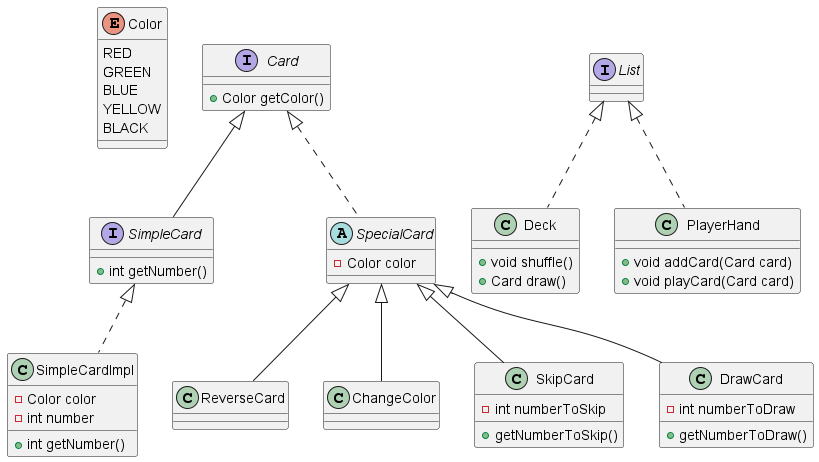
Earlier version of the PlantUML export docs/uml/cards.png (CrazyPingu/PPS-23-Uno). Its source is kept beside it as docs/uml/src/cards.plantuml.
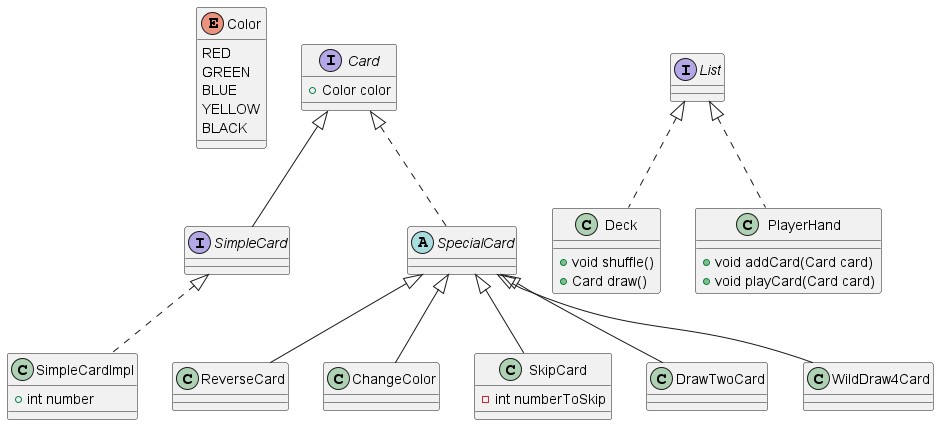
Above is the later version.

What changed in the source:
```diff
@@ -9,21 +9,17 @@
 }
 
 interface Card {
-    + Color getColor()
+    + Color color
 }
 
 interface SimpleCard implements Card {
-    + int getNumber()
 }
 
 class SimpleCardImpl implements SimpleCard {
-    - Color color
-    - int number
-    + int getNumber()
+    + int number
 }
 
 abstract class SpecialCard implements Card {
-    - Color color
 }
 
 class ReverseCard extends SpecialCard {}
@@ -32,14 +28,13 @@
 
 class SkipCard extends SpecialCard {
     - int numberToSkip
-    + getNumberToSkip()
 }
 
-class DrawCard extends SpecialCard {
-    - int numberToDraw
-    + getNumberToDraw()
+class DrawTwoCard extends SpecialCard {
 }
 
+class WildDraw4Card extends SpecialCard {
+}
 class Deck implements List<Card>{
     + void shuffle()
     + Card draw()
```
